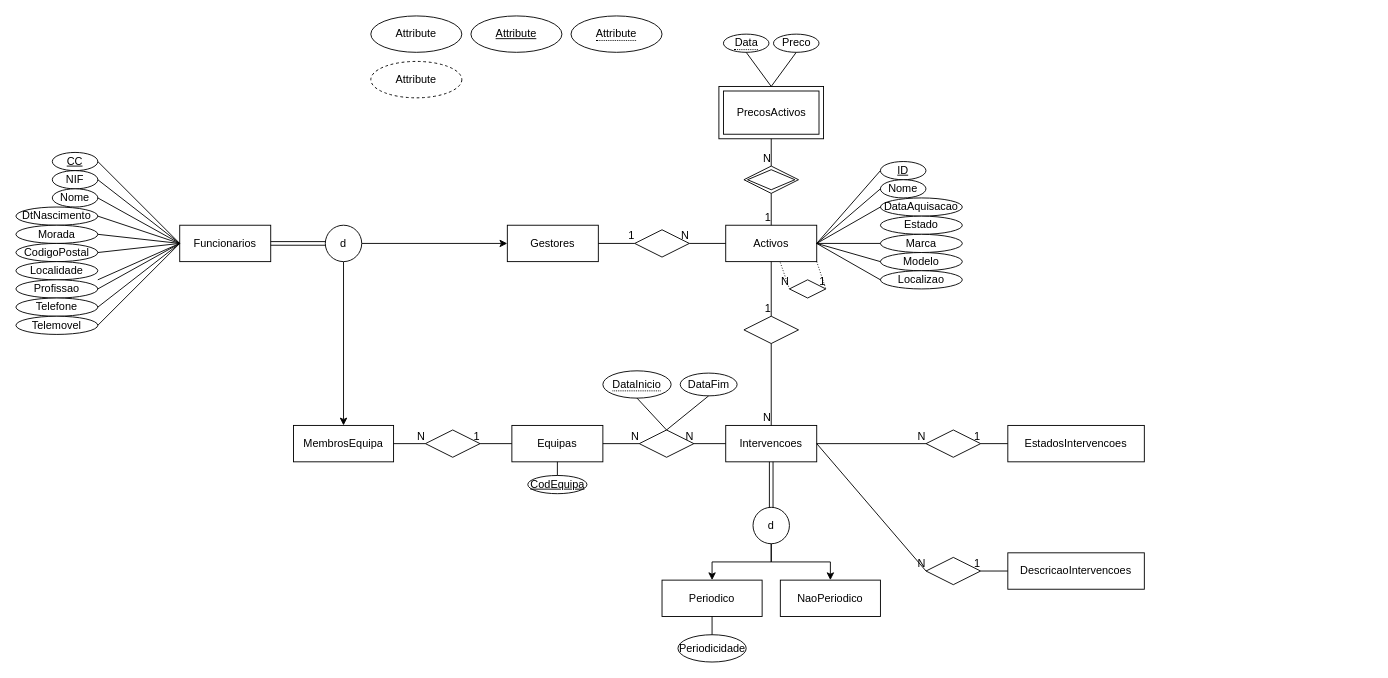
Above: Diagrama.drawio in JLuzioS/SI2A (draw.io), before the change. Source tidied: cells renumbered, new cells numbered last; positions are measured from the earlier drawing's top-left corner, leaving out a move shared by most shapes. Both pictures are drawn from the tidied source at 91%, with x=0, y=0 at pixel (15, 15).
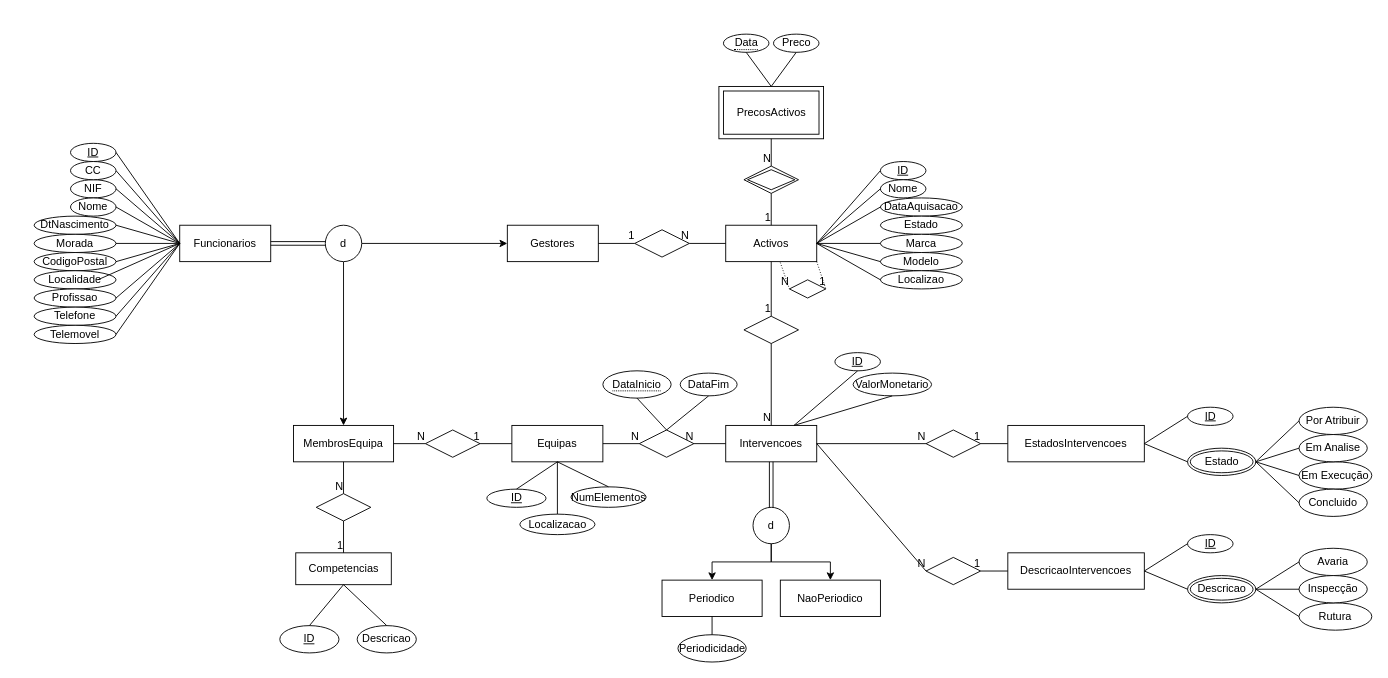
Above is the later version.

Commit message:
feat: add the rest of the ER Diagram

The change refers to these unchanged cells:
```xml
<mxCell id="14" value="Intervencoes" style="whiteSpace=wrap;html=1;align=center;" parent="1" vertex="1">
  <mxGeometry x="780" y="450" width="100" height="40" as="geometry" />
</mxCell>
<mxCell id="15" value="Funcionarios" style="whiteSpace=wrap;html=1;align=center;" parent="1" vertex="1">
  <mxGeometry x="180" y="230" width="100" height="40" as="geometry" />
</mxCell>
<mxCell id="17" value="MembrosEquipa" style="whiteSpace=wrap;html=1;align=center;" parent="1" vertex="1">
  <mxGeometry x="305" y="450" width="110" height="40" as="geometry" />
</mxCell>
<mxCell id="18" value="Equipas" style="whiteSpace=wrap;html=1;align=center;" parent="1" vertex="1">
  <mxGeometry x="545" y="450" width="100" height="40" as="geometry" />
</mxCell>
<mxCell id="19" value="EstadosIntervencoes" style="whiteSpace=wrap;html=1;align=center;" parent="1" vertex="1">
  <mxGeometry x="1090" y="450" width="150" height="40" as="geometry" />
</mxCell>
```

The edit, as a diff of the source:
```diff
@@
-    <mxCell id="61" value="Attribute" style="ellipse;whiteSpace=wrap;html=1;align=center;" parent="1" vertex="1">
-      <mxGeometry x="390" width="100" height="40" as="geometry" />
-    </mxCell>
-    <mxCell id="62" value="Attribute" style="ellipse;whiteSpace=wrap;html=1;align=center;fontStyle=4;" parent="1" vertex="1">
-      <mxGeometry x="500" width="100" height="40" as="geometry" />
-    </mxCell>
-    <mxCell id="63" value="&lt;span style=&quot;border-bottom: 1px dotted&quot;&gt;Attribute&lt;/span&gt;" style="ellipse;whiteSpace=wrap;html=1;align=center;" parent="1" vertex="1">
-      <mxGeometry x="610" width="100" height="40" as="geometry" />
-    </mxCell>
-    <mxCell id="64" value="Attribute" style="ellipse;whiteSpace=wrap;html=1;align=center;dashed=1;" parent="1" vertex="1">
-      <mxGeometry x="390" y="50" width="100" height="40" as="geometry" />
-    </mxCell>
@@
-    <mxCell id="71" value="CC" style="ellipse;whiteSpace=wrap;html=1;align=center;fontStyle=4;" parent="1" vertex="1">
-      <mxGeometry x="40" y="150" width="50" height="20" as="geometry" />
-    </mxCell>
-    <mxCell id="72" value="CodEquipa" style="ellipse;whiteSpace=wrap;html=1;align=center;fontStyle=4;" parent="1" vertex="1">
-      <mxGeometry x="562.5" y="505" width="65" height="20" as="geometry" />
+    <mxCell id="72" value="ID" style="ellipse;whiteSpace=wrap;html=1;align=center;fontStyle=4;" parent="1" vertex="1">
+      <mxGeometry x="517.5" y="520" width="65" height="20" as="geometry" />
     </mxCell>
@@
     <mxCell id="92" value="NIF" style="ellipse;whiteSpace=wrap;html=1;align=center;" parent="1" vertex="1">
-      <mxGeometry x="40" y="170" width="50" height="20" as="geometry" />
+      <mxGeometry x="60" y="180" width="50" height="20" as="geometry" />
     </mxCell>
     <mxCell id="93" value="Nome" style="ellipse;whiteSpace=wrap;html=1;align=center;" parent="1" vertex="1">
-      <mxGeometry x="40" y="190" width="50" height="20" as="geometry" />
+      <mxGeometry x="60" y="200" width="50" height="20" as="geometry" />
     </mxCell>
     <mxCell id="94" value="DtNascimento" style="ellipse;whiteSpace=wrap;html=1;align=center;" parent="1" vertex="1">
-      <mxGeometry y="210" width="90" height="20" as="geometry" />
+      <mxGeometry x="20" y="220" width="90" height="20" as="geometry" />
     </mxCell>
     <mxCell id="95" value="Morada" style="ellipse;whiteSpace=wrap;html=1;align=center;" parent="1" vertex="1">
-      <mxGeometry y="230" width="90" height="20" as="geometry" />
+      <mxGeometry x="20" y="240" width="90" height="20" as="geometry" />
     </mxCell>
     <mxCell id="96" value="CodigoPostal" style="ellipse;whiteSpace=wrap;html=1;align=center;" parent="1" vertex="1">
-      <mxGeometry y="250" width="90" height="20" as="geometry" />
+      <mxGeometry x="20" y="260" width="90" height="20" as="geometry" />
     </mxCell>
     <mxCell id="97" value="Localidade" style="ellipse;whiteSpace=wrap;html=1;align=center;" parent="1" vertex="1">
-      <mxGeometry y="270" width="90" height="20" as="geometry" />
+      <mxGeometry x="20" y="280" width="90" height="20" as="geometry" />
     </mxCell>
     <mxCell id="98" value="Profissao" style="ellipse;whiteSpace=wrap;html=1;align=center;" parent="1" vertex="1">
-      <mxGeometry y="290" width="90" height="20" as="geometry" />
+      <mxGeometry x="20" y="300" width="90" height="20" as="geometry" />
     </mxCell>
     <mxCell id="99" value="Telefone" style="ellipse;whiteSpace=wrap;html=1;align=center;" parent="1" vertex="1">
-      <mxGeometry y="310" width="90" height="20" as="geometry" />
+      <mxGeometry x="20" y="320" width="90" height="20" as="geometry" />
     </mxCell>
     <mxCell id="100" value="Telemovel" style="ellipse;whiteSpace=wrap;html=1;align=center;" parent="1" vertex="1">
-      <mxGeometry y="330" width="90" height="20" as="geometry" />
+      <mxGeometry x="20" y="340" width="90" height="20" as="geometry" />
     </mxCell>
@@
+    <mxCell id="110" value="ID" style="ellipse;whiteSpace=wrap;html=1;align=center;fontStyle=4;" parent="1" vertex="1">
+      <mxGeometry x="1287.5" y="430" width="50" height="20" as="geometry" />
+    </mxCell>
+    <mxCell id="111" value="Estado" style="ellipse;shape=doubleEllipse;margin=3;whiteSpace=wrap;html=1;align=center;" parent="1" vertex="1">
+      <mxGeometry x="1287.5" y="475" width="75" height="30" as="geometry" />
+    </mxCell>
+    <mxCell id="112" value="Por Atribuir" style="ellipse;whiteSpace=wrap;html=1;align=center;" parent="1" vertex="1">
+      <mxGeometry x="1410" y="430" width="75" height="30" as="geometry" />
+    </mxCell>
+    <mxCell id="113" value="Em Execução" style="ellipse;whiteSpace=wrap;html=1;align=center;" parent="1" vertex="1">
+      <mxGeometry x="1410" y="490" width="80" height="30" as="geometry" />
+    </mxCell>
+    <mxCell id="114" value="Concluido" style="ellipse;whiteSpace=wrap;html=1;align=center;" parent="1" vertex="1">
+      <mxGeometry x="1410" y="520" width="75" height="30" as="geometry" />
+    </mxCell>
+    <mxCell id="115" value="Em Analise&lt;br&gt;" style="ellipse;whiteSpace=wrap;html=1;align=center;" parent="1" vertex="1">
+      <mxGeometry x="1410" y="460" width="75" height="30" as="geometry" />
+    </mxCell>
+    <mxCell id="116" style="endArrow=none;html=1;rounded=0;exitX=0;exitY=0.5;exitDx=0;exitDy=0;entryX=1;entryY=0.5;entryDx=0;entryDy=0;" parent="1" edge="1" source="112" target="111">
+      <mxGeometry relative="1" as="geometry" />
+    </mxCell>
+    <mxCell id="117" style="endArrow=none;html=1;rounded=0;exitX=0;exitY=0.5;exitDx=0;exitDy=0;entryX=1;entryY=0.5;entryDx=0;entryDy=0;" parent="1" edge="1" source="111" target="19">
+      <mxGeometry relative="1" as="geometry" />
+    </mxCell>
+    <mxCell id="118" style="endArrow=none;html=1;rounded=0;exitX=0;exitY=0.5;exitDx=0;exitDy=0;entryX=1;entryY=0.5;entryDx=0;entryDy=0;" parent="1" edge="1" source="110" target="19">
+      <mxGeometry relative="1" as="geometry" />
+    </mxCell>
+    <mxCell id="119" style="endArrow=none;html=1;rounded=0;exitX=0;exitY=0.5;exitDx=0;exitDy=0;entryX=1;entryY=0.5;entryDx=0;entryDy=0;" parent="1" edge="1" source="115" target="111">
+      <mxGeometry relative="1" as="geometry" />
+    </mxCell>
+    <mxCell id="120" style="endArrow=none;html=1;rounded=0;exitX=0;exitY=0.5;exitDx=0;exitDy=0;entryX=1;entryY=0.5;entryDx=0;entryDy=0;" parent="1" edge="1" source="113" target="111">
+      <mxGeometry relative="1" as="geometry" />
+    </mxCell>
+    <mxCell id="121" style="endArrow=none;html=1;rounded=0;exitX=0;exitY=0.5;exitDx=0;exitDy=0;entryX=1;entryY=0.5;entryDx=0;entryDy=0;" parent="1" edge="1" source="114" target="111">
+      <mxGeometry relative="1" as="geometry" />
+    </mxCell>
+    <mxCell id="122" value="ID" style="ellipse;whiteSpace=wrap;html=1;align=center;fontStyle=4;" parent="1" vertex="1">
+      <mxGeometry x="1287.5" y="570" width="50" height="20" as="geometry" />
+    </mxCell>
+    <mxCell id="123" value="Descricao" style="ellipse;shape=doubleEllipse;margin=3;whiteSpace=wrap;html=1;align=center;" parent="1" vertex="1">
+      <mxGeometry x="1287.5" y="615" width="75" height="30" as="geometry" />
+    </mxCell>
+    <mxCell id="124" value="Avaria" style="ellipse;whiteSpace=wrap;html=1;align=center;" parent="1" vertex="1">
+      <mxGeometry x="1410" y="585" width="75" height="30" as="geometry" />
+    </mxCell>
+    <mxCell id="125" value="Rutura" style="ellipse;whiteSpace=wrap;html=1;align=center;" parent="1" vertex="1">
+      <mxGeometry x="1410" y="645" width="80" height="30" as="geometry" />
+    </mxCell>
+    <mxCell id="126" value="Inspecção" style="ellipse;whiteSpace=wrap;html=1;align=center;" parent="1" vertex="1">
+      <mxGeometry x="1410" y="615" width="75" height="30" as="geometry" />
+    </mxCell>
+    <mxCell id="127" style="endArrow=none;html=1;rounded=0;exitX=0;exitY=0.5;exitDx=0;exitDy=0;entryX=1;entryY=0.5;entryDx=0;entryDy=0;" parent="1" edge="1" source="124" target="123">
+      <mxGeometry relative="1" as="geometry" />
+    </mxCell>
+    <mxCell id="128" style="endArrow=none;html=1;rounded=0;exitX=0;exitY=0.5;exitDx=0;exitDy=0;entryX=1;entryY=0.5;entryDx=0;entryDy=0;" parent="1" edge="1" source="123">
+      <mxGeometry relative="1" as="geometry">
+        <mxPoint x="1240" y="610" as="targetPoint" />
+      </mxGeometry>
+    </mxCell>
+    <mxCell id="129" style="endArrow=none;html=1;rounded=0;exitX=0;exitY=0.5;exitDx=0;exitDy=0;entryX=1;entryY=0.5;entryDx=0;entryDy=0;" parent="1" edge="1" source="122">
+      <mxGeometry relative="1" as="geometry">
+        <mxPoint x="1240" y="610" as="targetPoint" />
+      </mxGeometry>
+    </mxCell>
+    <mxCell id="130" style="endArrow=none;html=1;rounded=0;exitX=0;exitY=0.5;exitDx=0;exitDy=0;entryX=1;entryY=0.5;entryDx=0;entryDy=0;" parent="1" edge="1" source="126" target="123">
+      <mxGeometry relative="1" as="geometry" />
+    </mxCell>
+    <mxCell id="131" style="endArrow=none;html=1;rounded=0;exitX=0;exitY=0.5;exitDx=0;exitDy=0;entryX=1;entryY=0.5;entryDx=0;entryDy=0;" parent="1" edge="1" source="125" target="123">
+      <mxGeometry relative="1" as="geometry" />
+    </mxCell>
+    <mxCell id="132" value="Competencias" style="whiteSpace=wrap;html=1;align=center;" parent="1" vertex="1">
+      <mxGeometry x="307.5" y="590" width="105" height="35" as="geometry" />
+    </mxCell>
+    <mxCell id="133" style="shape=rhombus;perimeter=rhombusPerimeter;whiteSpace=wrap;html=1;align=center;" parent="1" vertex="1">
+      <mxGeometry x="330" y="525" width="60" height="30" as="geometry" />
+    </mxCell>
+    <mxCell id="134" value="ID" style="ellipse;whiteSpace=wrap;html=1;align=center;fontStyle=4;" parent="1" vertex="1">
+      <mxGeometry x="60" y="140" width="50" height="20" as="geometry" />
+    </mxCell>
+    <mxCell id="71" value="CC" style="ellipse;whiteSpace=wrap;html=1;align=center;" parent="1" vertex="1">
+      <mxGeometry x="60" y="160" width="50" height="20" as="geometry" />
+    </mxCell>
+    <mxCell id="135" style="endArrow=none;html=1;rounded=0;exitX=1;exitY=0.5;exitDx=0;exitDy=0;entryX=0;entryY=0.5;entryDx=0;entryDy=0;" parent="1" edge="1" source="134" target="15">
+      <mxGeometry relative="1" as="geometry" />
+    </mxCell>
+    <mxCell id="136" value="ID" style="ellipse;whiteSpace=wrap;html=1;align=center;fontStyle=4;" parent="1" vertex="1">
+      <mxGeometry x="290" y="670" width="65" height="30" as="geometry" />
+    </mxCell>
+    <mxCell id="137" value="Descricao" style="ellipse;whiteSpace=wrap;html=1;align=center;" parent="1" vertex="1">
+      <mxGeometry x="375" y="670" width="65" height="30" as="geometry" />
+    </mxCell>
+    <mxCell id="138" style="endArrow=none;html=1;rounded=0;exitX=0.5;exitY=0;exitDx=0;exitDy=0;entryX=0.5;entryY=1;entryDx=0;entryDy=0;" parent="1" edge="1" source="136" target="132">
+      <mxGeometry relative="1" as="geometry" />
+    </mxCell>
+    <mxCell id="139" style="endArrow=none;html=1;rounded=0;exitX=0.5;exitY=0;exitDx=0;exitDy=0;entryX=0.5;entryY=1;entryDx=0;entryDy=0;" parent="1" edge="1" source="137" target="132">
+      <mxGeometry relative="1" as="geometry" />
+    </mxCell>
+    <mxCell id="140" style="endArrow=none;html=1;rounded=0;exitX=0.5;exitY=1;exitDx=0;exitDy=0;entryX=0.5;entryY=0;entryDx=0;entryDy=0;" parent="1" edge="1" source="17" target="133">
+      <mxGeometry relative="1" as="geometry" />
+    </mxCell>
+    <mxCell id="141" value="N" style="html=1;align=right;verticalAlign=bottom;" parent="140" vertex="1">
+      <mxGeometry x="1" relative="1" as="geometry" />
+    </mxCell>
+    <mxCell id="142" style="endArrow=none;html=1;rounded=0;exitX=0.5;exitY=1;exitDx=0;exitDy=0;entryX=0.5;entryY=0;entryDx=0;entryDy=0;" parent="1" edge="1" source="133" target="132">
+      <mxGeometry relative="1" as="geometry" />
+    </mxCell>
+    <mxCell id="143" value="1" style="html=1;align=right;verticalAlign=bottom;" parent="142" vertex="1">
+      <mxGeometry x="1" relative="1" as="geometry" />
+    </mxCell>
+    <mxCell id="144" value="NumElementos" style="ellipse;whiteSpace=wrap;html=1;align=center;" parent="1" vertex="1">
+      <mxGeometry x="610" y="517.5" width="82.5" height="22.5" as="geometry" />
+    </mxCell>
+    <mxCell id="145" style="endArrow=none;html=1;rounded=0;exitX=0.5;exitY=1;exitDx=0;exitDy=0;entryX=0.5;entryY=0;entryDx=0;entryDy=0;" parent="1" edge="1" source="18" target="144">
+      <mxGeometry relative="1" as="geometry" />
+    </mxCell>
+    <mxCell id="146" value="Localizacao" style="ellipse;whiteSpace=wrap;html=1;align=center;" parent="1" vertex="1">
+      <mxGeometry x="553.8" y="547.5" width="82.5" height="22.5" as="geometry" />
+    </mxCell>
+    <mxCell id="147" style="endArrow=none;html=1;rounded=0;entryX=0.5;entryY=0;entryDx=0;entryDy=0;" parent="1" edge="1" target="146">
+      <mxGeometry relative="1" as="geometry">
+        <mxPoint x="595" y="490" as="sourcePoint" />
+      </mxGeometry>
+    </mxCell>
+    <mxCell id="148" value="ID" style="ellipse;whiteSpace=wrap;html=1;align=center;fontStyle=4;" parent="1" vertex="1">
+      <mxGeometry x="900" y="370" width="50" height="20" as="geometry" />
+    </mxCell>
+    <mxCell id="149" value="ValorMonetario" style="ellipse;whiteSpace=wrap;html=1;align=center;" parent="1" vertex="1">
+      <mxGeometry x="920" y="392.5" width="86.2" height="25" as="geometry" />
+    </mxCell>
+    <mxCell id="150" style="endArrow=none;html=1;rounded=0;exitX=0.5;exitY=1;exitDx=0;exitDy=0;entryX=0.75;entryY=0;entryDx=0;entryDy=0;" parent="1" edge="1" source="148" target="14">
+      <mxGeometry relative="1" as="geometry" />
+    </mxCell>
+    <mxCell id="151" style="endArrow=none;html=1;rounded=0;exitX=0.5;exitY=1;exitDx=0;exitDy=0;entryX=0.75;entryY=0;entryDx=0;entryDy=0;" parent="1" edge="1" source="149" target="14">
+      <mxGeometry relative="1" as="geometry" />
+    </mxCell>
```
